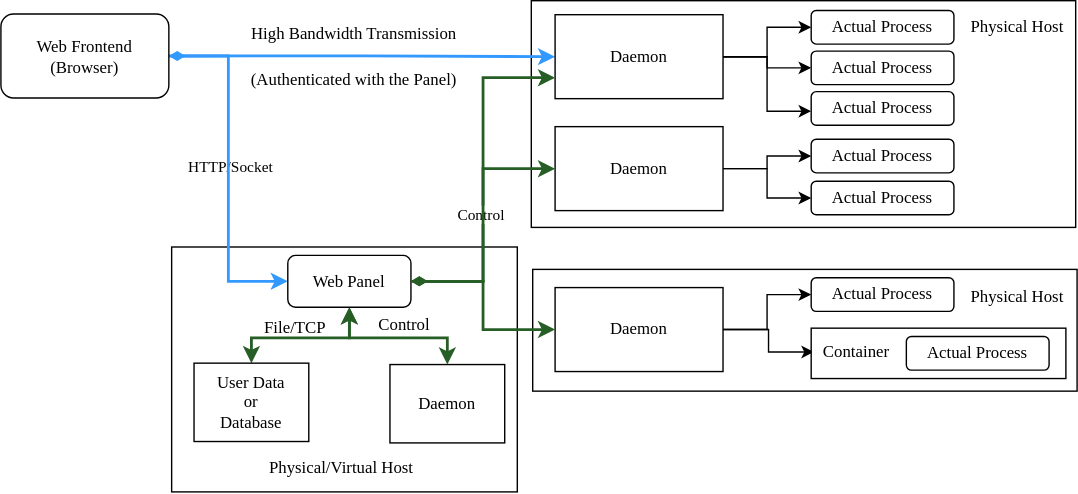
The draw.io diagram images/distributed_principle.svg in MCSManager/Documentation, before a commit. Source tidied: cells renumbered, new cells last; positions are measured from the earlier drawing's top-left corner, leaving out a move shared by most shapes.
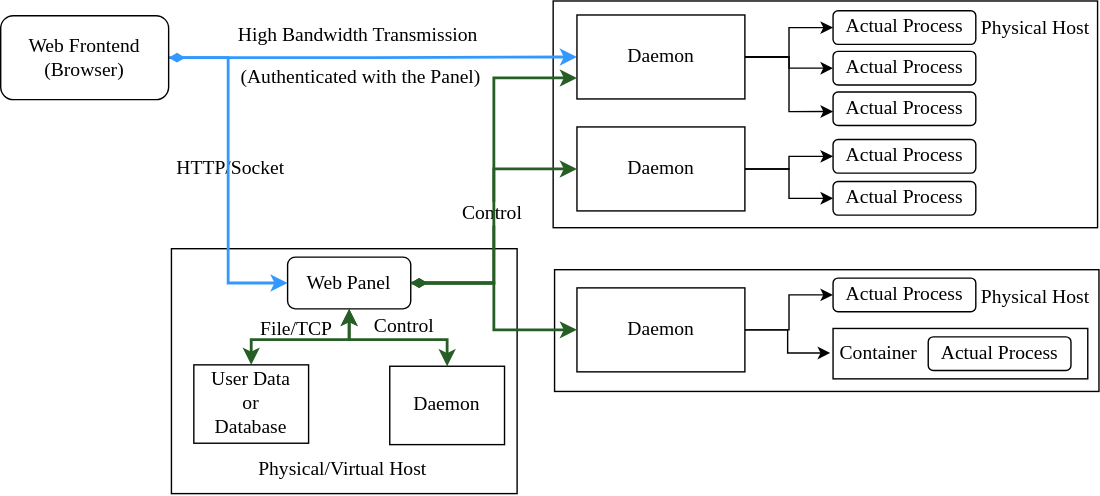
Above is the later version.

Commit message:
[Doc] en_us - updated network graph & page title, on: mcsm_network.md

The edit, as a diff of the source:
```diff
@@ -2,81 +2,81 @@
   <root>
     <mxCell id="0" />
     <mxCell id="1" parent="0" />
-    <mxCell id="2" value="HTTP/Socket" style="edgeLabel;html=1;align=center;verticalAlign=middle;fontFamily=Linux Libertine;" parent="1" vertex="1">
+    <mxCell id="2" value="HTTP/Socket" style="edgeLabel;html=1;align=center;verticalAlign=middle;fontFamily=Linux Libertine;fontSize=14;" parent="1" vertex="1">
       <mxGeometry x="164" y="119" as="geometry" />
     </mxCell>
-    <mxCell id="3" style="rounded=0;whiteSpace=wrap;html=1;fontFamily=Linux Libertine;" parent="1" vertex="1">
+    <mxCell id="3" style="rounded=0;whiteSpace=wrap;html=1;fontFamily=Linux Libertine;fontSize=14;" parent="1" vertex="1">
       <mxGeometry x="122" y="176" width="247" height="175" as="geometry" />
     </mxCell>
-    <mxCell id="4" style="rounded=0;whiteSpace=wrap;html=1;fontFamily=Linux Libertine;" parent="1" vertex="1">
-      <mxGeometry x="379" width="389" height="162" as="geometry" />
+    <mxCell id="4" style="rounded=0;whiteSpace=wrap;html=1;fontFamily=Linux Libertine;fontSize=14;" parent="1" vertex="1">
+      <mxGeometry x="394.8" y="-1" width="389" height="162" as="geometry" />
     </mxCell>
-    <mxCell id="5" style="edgeStyle=orthogonalEdgeStyle;rounded=0;jettySize=auto;html=1;exitX=1;exitY=0.5;exitDx=0;exitDy=0;entryX=0;entryY=0.5;entryDx=0;entryDy=0;strokeColor=#3399FF;strokeWidth=2;fontFamily=Linux Libertine;" parent="1" edge="1" source="7" target="11">
+    <mxCell id="5" style="edgeStyle=orthogonalEdgeStyle;rounded=0;jettySize=auto;html=1;exitX=1;exitY=0.5;exitDx=0;exitDy=0;entryX=0;entryY=0.5;entryDx=0;entryDy=0;strokeColor=#3399FF;strokeWidth=2;fontFamily=Linux Libertine;fontSize=14;" parent="1" edge="1" source="7" target="11">
       <mxGeometry relative="1" as="geometry" />
     </mxCell>
-    <mxCell id="6" style="edgeStyle=orthogonalEdgeStyle;rounded=0;jettySize=auto;html=1;exitX=1;exitY=0.5;exitDx=0;exitDy=0;entryX=0;entryY=0.5;entryDx=0;entryDy=0;startArrow=diamondThin;startFill=1;strokeColor=#3399FF;strokeWidth=2;fontFamily=Linux Libertine;" parent="1" edge="1" source="7" target="28">
+    <mxCell id="6" style="edgeStyle=orthogonalEdgeStyle;rounded=0;jettySize=auto;html=1;exitX=1;exitY=0.5;exitDx=0;exitDy=0;entryX=0;entryY=0.5;entryDx=0;entryDy=0;startArrow=diamondThin;startFill=1;strokeColor=#3399FF;strokeWidth=2;fontFamily=Linux Libertine;fontSize=14;" parent="1" edge="1" source="7" target="28">
       <mxGeometry relative="1" as="geometry" />
     </mxCell>
-    <mxCell id="7" value="&lt;font&gt;Web Frontend&lt;br&gt;(Browser)&lt;/font&gt;" style="rounded=1;whiteSpace=wrap;html=1;fontFamily=Linux Libertine;" parent="1" vertex="1">
+    <mxCell id="7" value="&lt;font style=&quot;font-size: 14px;&quot;&gt;Web Frontend&lt;br style=&quot;font-size: 14px;&quot;&gt;(Browser)&lt;/font&gt;" style="rounded=1;whiteSpace=wrap;html=1;fontFamily=Linux Libertine;fontSize=14;" parent="1" vertex="1">
       <mxGeometry y="9.5" width="120" height="60" as="geometry" />
     </mxCell>
-    <mxCell id="8" style="edgeStyle=orthogonalEdgeStyle;rounded=0;jettySize=auto;html=1;exitX=1;exitY=0.5;exitDx=0;exitDy=0;entryX=0;entryY=0.5;entryDx=0;entryDy=0;fontFamily=Linux Libertine;" parent="1" edge="1" source="11" target="17">
+    <mxCell id="8" style="edgeStyle=orthogonalEdgeStyle;rounded=0;jettySize=auto;html=1;exitX=1;exitY=0.5;exitDx=0;exitDy=0;entryX=0;entryY=0.5;entryDx=0;entryDy=0;fontFamily=Linux Libertine;fontSize=14;" parent="1" edge="1" source="11" target="17">
       <mxGeometry relative="1" as="geometry" />
     </mxCell>
-    <mxCell id="9" style="edgeStyle=orthogonalEdgeStyle;rounded=0;jettySize=auto;html=1;exitX=1;exitY=0.5;exitDx=0;exitDy=0;entryX=0;entryY=0.583;entryDx=0;entryDy=0;entryPerimeter=0;fontFamily=Linux Libertine;" parent="1" edge="1" source="11" target="18">
+    <mxCell id="9" style="edgeStyle=orthogonalEdgeStyle;rounded=0;jettySize=auto;html=1;exitX=1;exitY=0.5;exitDx=0;exitDy=0;entryX=0;entryY=0.583;entryDx=0;entryDy=0;entryPerimeter=0;fontFamily=Linux Libertine;fontSize=14;" parent="1" edge="1" source="11" target="18">
       <mxGeometry relative="1" as="geometry" />
     </mxCell>
-    <mxCell id="10" style="edgeStyle=orthogonalEdgeStyle;rounded=0;jettySize=auto;html=1;exitX=1;exitY=0.5;exitDx=0;exitDy=0;entryX=0;entryY=0.5;entryDx=0;entryDy=0;fontFamily=Linux Libertine;" parent="1" edge="1" source="11" target="19">
+    <mxCell id="10" style="edgeStyle=orthogonalEdgeStyle;rounded=0;jettySize=auto;html=1;exitX=1;exitY=0.5;exitDx=0;exitDy=0;entryX=0;entryY=0.5;entryDx=0;entryDy=0;fontFamily=Linux Libertine;fontSize=14;" parent="1" edge="1" source="11" target="19">
       <mxGeometry relative="1" as="geometry" />
     </mxCell>
-    <mxCell id="11" value="Daemon" style="rounded=0;whiteSpace=wrap;html=1;fontFamily=Linux Libertine;" parent="1" vertex="1">
-      <mxGeometry x="396" y="10" width="120" height="60" as="geometry" />
+    <mxCell id="11" value="Daemon" style="rounded=0;whiteSpace=wrap;html=1;fontFamily=Linux Libertine;fontSize=14;" parent="1" vertex="1">
+      <mxGeometry x="411.8" y="9" width="120" height="60" as="geometry" />
     </mxCell>
-    <mxCell id="12" style="edgeStyle=orthogonalEdgeStyle;rounded=0;jettySize=auto;html=1;exitX=1;exitY=0.5;exitDx=0;exitDy=0;entryX=0;entryY=0.5;entryDx=0;entryDy=0;fontFamily=Linux Libertine;" parent="1" edge="1" source="14" target="20">
+    <mxCell id="12" style="edgeStyle=orthogonalEdgeStyle;rounded=0;jettySize=auto;html=1;exitX=1;exitY=0.5;exitDx=0;exitDy=0;entryX=0;entryY=0.5;entryDx=0;entryDy=0;fontFamily=Linux Libertine;fontSize=14;" parent="1" edge="1" source="14" target="20">
       <mxGeometry relative="1" as="geometry" />
     </mxCell>
-    <mxCell id="13" style="edgeStyle=orthogonalEdgeStyle;rounded=0;jettySize=auto;html=1;exitX=1;exitY=0.5;exitDx=0;exitDy=0;entryX=0;entryY=0.5;entryDx=0;entryDy=0;fontFamily=Linux Libertine;" parent="1" edge="1" source="14" target="21">
+    <mxCell id="13" style="edgeStyle=orthogonalEdgeStyle;rounded=0;jettySize=auto;html=1;exitX=1;exitY=0.5;exitDx=0;exitDy=0;entryX=0;entryY=0.5;entryDx=0;entryDy=0;fontFamily=Linux Libertine;fontSize=14;" parent="1" edge="1" source="14" target="21">
       <mxGeometry relative="1" as="geometry" />
     </mxCell>
-    <mxCell id="14" value="Daemon" style="rounded=0;whiteSpace=wrap;html=1;fontFamily=Linux Libertine;" parent="1" vertex="1">
-      <mxGeometry x="396" y="90" width="120" height="60" as="geometry" />
+    <mxCell id="14" value="Daemon" style="rounded=0;whiteSpace=wrap;html=1;fontFamily=Linux Libertine;fontSize=14;" parent="1" vertex="1">
+      <mxGeometry x="411.8" y="89" width="120" height="60" as="geometry" />
     </mxCell>
-    <mxCell id="15" value="High Bandwidth Transmission" style="text;html=1;align=center;verticalAlign=middle;fillColor=none;strokeColor=none;rounded=0;fontFamily=Linux Libertine;" parent="1" vertex="1">
-      <mxGeometry x="171" y="14" width="161" height="19" as="geometry" />
+    <mxCell id="15" value="High Bandwidth Transmission" style="text;html=1;align=center;verticalAlign=middle;fillColor=none;strokeColor=none;rounded=0;fontFamily=Linux Libertine;fontSize=14;" parent="1" vertex="1">
+      <mxGeometry x="162" y="13" width="186" height="22" as="geometry" />
     </mxCell>
-    <mxCell id="16" value="(Authenticated with the Panel)" style="text;html=1;align=center;verticalAlign=middle;fillColor=none;strokeColor=none;rounded=0;fontFamily=Linux Libertine;" parent="1" vertex="1">
-      <mxGeometry x="171" y="47" width="161" height="19" as="geometry" />
+    <mxCell id="16" value="(Authenticated with the Panel)" style="text;html=1;align=center;verticalAlign=middle;fillColor=none;strokeColor=none;rounded=0;fontFamily=Linux Libertine;fontSize=14;" parent="1" vertex="1">
+      <mxGeometry x="164" y="43" width="186" height="22" as="geometry" />
     </mxCell>
-    <mxCell id="17" value="Actual Process" style="rounded=1;whiteSpace=wrap;html=1;fontFamily=Linux Libertine;" parent="1" vertex="1">
-      <mxGeometry x="579" y="36" width="102" height="24" as="geometry" />
+    <mxCell id="17" value="Actual Process" style="rounded=1;whiteSpace=wrap;html=1;fontFamily=Linux Libertine;fontSize=14;" parent="1" vertex="1">
+      <mxGeometry x="594.8" y="35" width="102" height="24" as="geometry" />
     </mxCell>
-    <mxCell id="18" value="Actual Process" style="rounded=1;whiteSpace=wrap;html=1;fontFamily=Linux Libertine;" parent="1" vertex="1">
-      <mxGeometry x="579" y="65" width="102" height="24" as="geometry" />
+    <mxCell id="18" value="Actual Process" style="rounded=1;whiteSpace=wrap;html=1;fontFamily=Linux Libertine;fontSize=14;" parent="1" vertex="1">
+      <mxGeometry x="594.8" y="64" width="102" height="24" as="geometry" />
     </mxCell>
-    <mxCell id="19" value="Actual Process" style="rounded=1;whiteSpace=wrap;html=1;fontFamily=Linux Libertine;" parent="1" vertex="1">
-      <mxGeometry x="579" y="7" width="102" height="24" as="geometry" />
+    <mxCell id="19" value="Actual Process" style="rounded=1;whiteSpace=wrap;html=1;fontFamily=Linux Libertine;fontSize=14;" parent="1" vertex="1">
+      <mxGeometry x="594.8" y="6" width="102" height="24" as="geometry" />
     </mxCell>
-    <mxCell id="20" value="Actual Process" style="rounded=1;whiteSpace=wrap;html=1;fontFamily=Linux Libertine;" parent="1" vertex="1">
-      <mxGeometry x="579" y="99" width="102" height="24" as="geometry" />
+    <mxCell id="20" value="Actual Process" style="rounded=1;whiteSpace=wrap;html=1;fontFamily=Linux Libertine;fontSize=14;" parent="1" vertex="1">
+      <mxGeometry x="594.8" y="98" width="102" height="24" as="geometry" />
     </mxCell>
-    <mxCell id="21" value="Actual Process" style="rounded=1;whiteSpace=wrap;html=1;fontFamily=Linux Libertine;" parent="1" vertex="1">
-      <mxGeometry x="579" y="129" width="102" height="24" as="geometry" />
+    <mxCell id="21" value="Actual Process" style="rounded=1;whiteSpace=wrap;html=1;fontFamily=Linux Libertine;fontSize=14;" parent="1" vertex="1">
+      <mxGeometry x="594.8" y="128" width="102" height="24" as="geometry" />
     </mxCell>
-    <mxCell id="22" value="Physical Host" style="text;html=1;align=center;verticalAlign=middle;fillColor=none;strokeColor=none;rounded=0;fontFamily=Linux Libertine;" parent="1" vertex="1">
-      <mxGeometry x="687" y="9.5" width="78" height="19" as="geometry" />
+    <mxCell id="22" value="Physical Host" style="text;html=1;align=center;verticalAlign=middle;fillColor=none;strokeColor=none;rounded=0;fontFamily=Linux Libertine;fontSize=14;" parent="1" vertex="1">
+      <mxGeometry x="694.8" y="8" width="89" height="22" as="geometry" />
     </mxCell>
-    <mxCell id="23" style="edgeStyle=orthogonalEdgeStyle;rounded=0;jettySize=auto;html=1;exitX=1;exitY=0.5;exitDx=0;exitDy=0;entryX=0;entryY=0.75;entryDx=0;entryDy=0;startArrow=diamondThin;startFill=1;strokeColor=#265E26;strokeWidth=2;fontFamily=Linux Libertine;" parent="1" edge="1" source="28" target="11">
+    <mxCell id="23" style="edgeStyle=orthogonalEdgeStyle;rounded=0;jettySize=auto;html=1;exitX=1;exitY=0.5;exitDx=0;exitDy=0;entryX=0;entryY=0.75;entryDx=0;entryDy=0;startArrow=diamondThin;startFill=1;strokeColor=#265E26;strokeWidth=2;fontFamily=Linux Libertine;fontSize=14;" parent="1" edge="1" source="28" target="11">
       <mxGeometry relative="1" as="geometry" />
     </mxCell>
-    <mxCell id="24" value="Control" style="edgeLabel;html=1;align=center;verticalAlign=middle;fontFamily=Linux Libertine;" parent="23" vertex="1">
+    <mxCell id="24" value="Control" style="edgeLabel;html=1;align=center;verticalAlign=middle;fontFamily=Linux Libertine;fontSize=14;" parent="23" vertex="1">
       <mxGeometry x="0.22" relative="1" as="geometry">
         <mxPoint x="-2" y="52" as="offset" />
       </mxGeometry>
     </mxCell>
-    <mxCell id="25" style="edgeStyle=orthogonalEdgeStyle;rounded=0;jettySize=auto;html=1;exitX=1;exitY=0.5;exitDx=0;exitDy=0;entryX=0;entryY=0.5;entryDx=0;entryDy=0;startArrow=diamondThin;startFill=1;strokeColor=#265E26;strokeWidth=2;fontFamily=Linux Libertine;" parent="1" edge="1" source="28" target="14">
+    <mxCell id="25" style="edgeStyle=orthogonalEdgeStyle;rounded=0;jettySize=auto;html=1;exitX=1;exitY=0.5;exitDx=0;exitDy=0;entryX=0;entryY=0.5;entryDx=0;entryDy=0;startArrow=diamondThin;startFill=1;strokeColor=#265E26;strokeWidth=2;fontFamily=Linux Libertine;fontSize=14;" parent="1" edge="1" source="28" target="14">
       <mxGeometry relative="1" as="geometry" />
     </mxCell>
-    <mxCell id="26" style="edgeStyle=orthogonalEdgeStyle;rounded=0;jettySize=auto;html=1;exitX=0.5;exitY=1;exitDx=0;exitDy=0;startArrow=classic;startFill=1;strokeColor=#265E26;strokeWidth=2;fontFamily=Linux Libertine;" parent="1" edge="1" source="28" target="29">
+    <mxCell id="26" style="edgeStyle=orthogonalEdgeStyle;rounded=0;jettySize=auto;html=1;exitX=0.5;exitY=1;exitDx=0;exitDy=0;startArrow=classic;startFill=1;strokeColor=#265E26;strokeWidth=2;fontFamily=Linux Libertine;fontSize=14;" parent="1" edge="1" source="28" target="29">
       <mxGeometry relative="1" as="geometry">
         <Array as="points">
           <mxPoint x="249" y="241" />
@@ -84,7 +84,7 @@
         </Array>
       </mxGeometry>
     </mxCell>
-    <mxCell id="27" style="edgeStyle=orthogonalEdgeStyle;rounded=0;jettySize=auto;html=1;exitX=0.5;exitY=1;exitDx=0;exitDy=0;startArrow=classic;startFill=1;strokeColor=#265E26;strokeWidth=2;fontFamily=Linux Libertine;" parent="1" edge="1" source="28" target="30">
+    <mxCell id="27" style="edgeStyle=orthogonalEdgeStyle;rounded=0;jettySize=auto;html=1;exitX=0.5;exitY=1;exitDx=0;exitDy=0;startArrow=classic;startFill=1;strokeColor=#265E26;strokeWidth=2;fontFamily=Linux Libertine;fontSize=14;" parent="1" edge="1" source="28" target="30">
       <mxGeometry relative="1" as="geometry">
         <Array as="points">
           <mxPoint x="249" y="241" />
@@ -92,55 +92,55 @@
         </Array>
       </mxGeometry>
     </mxCell>
-    <mxCell id="28" value="Web Panel" style="rounded=1;whiteSpace=wrap;html=1;fontFamily=Linux Libertine;" parent="1" vertex="1">
+    <mxCell id="28" value="Web Panel" style="rounded=1;whiteSpace=wrap;html=1;fontFamily=Linux Libertine;fontSize=14;" parent="1" vertex="1">
       <mxGeometry x="205" y="182" width="88" height="37" as="geometry" />
     </mxCell>
-    <mxCell id="29" value="User Data&lt;br&gt;or&lt;br&gt;Database" style="rounded=0;whiteSpace=wrap;html=1;fontFamily=Linux Libertine;" parent="1" vertex="1">
+    <mxCell id="29" value="User Data&lt;br style=&quot;font-size: 14px;&quot;&gt;or&lt;br style=&quot;font-size: 14px;&quot;&gt;Database" style="rounded=0;whiteSpace=wrap;html=1;fontFamily=Linux Libertine;fontSize=14;" parent="1" vertex="1">
       <mxGeometry x="138" y="259" width="82" height="56" as="geometry" />
     </mxCell>
-    <mxCell id="30" value="Daemon" style="rounded=0;whiteSpace=wrap;html=1;fontFamily=Linux Libertine;" parent="1" vertex="1">
+    <mxCell id="30" value="Daemon" style="rounded=0;whiteSpace=wrap;html=1;fontFamily=Linux Libertine;fontSize=14;" parent="1" vertex="1">
       <mxGeometry x="278" y="260" width="82" height="56" as="geometry" />
     </mxCell>
-    <mxCell id="31" value="File/TCP" style="text;html=1;align=center;verticalAlign=middle;fillColor=none;strokeColor=none;rounded=0;fontFamily=Linux Libertine;" parent="1" vertex="1">
-      <mxGeometry x="183" y="224" width="54" height="19" as="geometry" />
+    <mxCell id="31" value="File/TCP" style="text;html=1;align=center;verticalAlign=middle;fillColor=none;strokeColor=none;rounded=0;fontFamily=Linux Libertine;fontSize=14;" parent="1" vertex="1">
+      <mxGeometry x="180" y="223" width="61" height="22" as="geometry" />
     </mxCell>
-    <mxCell id="32" value="Control" style="text;html=1;align=center;verticalAlign=middle;fillColor=none;strokeColor=none;rounded=0;fontFamily=Linux Libertine;" parent="1" vertex="1">
-      <mxGeometry x="263" y="222" width="49" height="19" as="geometry" />
+    <mxCell id="32" value="Control" style="text;html=1;align=center;verticalAlign=middle;fillColor=none;strokeColor=none;rounded=0;fontFamily=Linux Libertine;fontSize=14;" parent="1" vertex="1">
+      <mxGeometry x="261" y="221" width="55" height="22" as="geometry" />
     </mxCell>
-    <mxCell id="33" value="Physical/Virtual Host" style="text;html=1;align=center;verticalAlign=middle;fillColor=none;strokeColor=none;rounded=0;fontFamily=Linux Libertine;" parent="1" vertex="1">
-      <mxGeometry x="185" y="324" width="116" height="19" as="geometry" />
+    <mxCell id="33" value="Physical/Virtual Host" style="text;html=1;align=center;verticalAlign=middle;fillColor=none;strokeColor=none;rounded=0;fontFamily=Linux Libertine;fontSize=14;" parent="1" vertex="1">
+      <mxGeometry x="177" y="323" width="134" height="22" as="geometry" />
     </mxCell>
-    <mxCell id="34" style="rounded=0;whiteSpace=wrap;html=1;fontFamily=Linux Libertine;" parent="1" vertex="1">
-      <mxGeometry x="380" y="192" width="389" height="87" as="geometry" />
+    <mxCell id="34" style="rounded=0;whiteSpace=wrap;html=1;fontFamily=Linux Libertine;fontSize=14;" parent="1" vertex="1">
+      <mxGeometry x="395.8" y="191" width="389" height="87" as="geometry" />
     </mxCell>
-    <mxCell id="35" value="Physical Host" style="text;html=1;align=center;verticalAlign=middle;fillColor=none;strokeColor=none;rounded=0;fontFamily=Linux Libertine;" parent="1" vertex="1">
-      <mxGeometry x="687" y="202" width="78" height="19" as="geometry" />
+    <mxCell id="35" value="Physical Host" style="text;html=1;align=center;verticalAlign=middle;fillColor=none;strokeColor=none;rounded=0;fontFamily=Linux Libertine;fontSize=14;" parent="1" vertex="1">
+      <mxGeometry x="694.8" y="200" width="89" height="22" as="geometry" />
     </mxCell>
-    <mxCell id="36" style="edgeStyle=orthogonalEdgeStyle;rounded=0;jettySize=auto;html=1;exitX=1;exitY=0.5;exitDx=0;exitDy=0;entryX=0;entryY=0.5;entryDx=0;entryDy=0;startArrow=none;startFill=0;strokeColor=#000000;strokeWidth=1;fontFamily=Linux Libertine;" parent="1" edge="1" source="38" target="39">
+    <mxCell id="36" style="edgeStyle=orthogonalEdgeStyle;rounded=0;jettySize=auto;html=1;exitX=1;exitY=0.5;exitDx=0;exitDy=0;entryX=0;entryY=0.5;entryDx=0;entryDy=0;startArrow=none;startFill=0;strokeColor=#000000;strokeWidth=1;fontFamily=Linux Libertine;fontSize=14;" parent="1" edge="1" source="38" target="39">
       <mxGeometry relative="1" as="geometry" />
     </mxCell>
-    <mxCell id="37" style="edgeStyle=orthogonalEdgeStyle;rounded=0;jettySize=auto;html=1;exitX=1;exitY=0.5;exitDx=0;exitDy=0;startArrow=none;startFill=0;strokeColor=#000000;strokeWidth=1;fontFamily=Linux Libertine;" parent="1" edge="1" source="38" target="43">
+    <mxCell id="37" style="edgeStyle=orthogonalEdgeStyle;rounded=0;jettySize=auto;html=1;exitX=1;exitY=0.5;exitDx=0;exitDy=0;startArrow=none;startFill=0;strokeColor=#000000;strokeWidth=1;fontFamily=Linux Libertine;fontSize=14;" parent="1" edge="1" source="38" target="43">
       <mxGeometry relative="1" as="geometry" />
     </mxCell>
-    <mxCell id="38" value="Daemon" style="rounded=0;whiteSpace=wrap;html=1;fontFamily=Linux Libertine;" parent="1" vertex="1">
-      <mxGeometry x="396" y="205" width="120" height="60" as="geometry" />
+    <mxCell id="38" value="Daemon" style="rounded=0;whiteSpace=wrap;html=1;fontFamily=Linux Libertine;fontSize=14;" parent="1" vertex="1">
+      <mxGeometry x="411.8" y="204" width="120" height="60" as="geometry" />
     </mxCell>
-    <mxCell id="39" value="Actual Process" style="rounded=1;whiteSpace=wrap;html=1;fontFamily=Linux Libertine;" parent="1" vertex="1">
-      <mxGeometry x="579" y="198" width="102" height="24" as="geometry" />
+    <mxCell id="39" value="Actual Process" style="rounded=1;whiteSpace=wrap;html=1;fontFamily=Linux Libertine;fontSize=14;" parent="1" vertex="1">
+      <mxGeometry x="594.8" y="197" width="102" height="24" as="geometry" />
     </mxCell>
-    <mxCell id="40" style="group;fontFamily=Linux Libertine;" parent="1" vertex="1">
-      <mxGeometry x="579" y="234" width="182" height="36" as="geometry" />
+    <mxCell id="40" style="group;fontFamily=Linux Libertine;fontSize=14;" parent="1" vertex="1">
+      <mxGeometry x="594.8" y="233" width="182" height="36" as="geometry" />
     </mxCell>
-    <mxCell id="41" style="rounded=0;whiteSpace=wrap;html=1;fontFamily=Linux Libertine;" parent="40" vertex="1">
+    <mxCell id="41" style="rounded=0;whiteSpace=wrap;html=1;fontFamily=Linux Libertine;fontSize=14;" parent="40" vertex="1">
       <mxGeometry width="182" height="36" as="geometry" />
     </mxCell>
-    <mxCell id="42" value="Actual Process" style="rounded=1;whiteSpace=wrap;html=1;fontFamily=Linux Libertine;" parent="40" vertex="1">
+    <mxCell id="42" value="Actual Process" style="rounded=1;whiteSpace=wrap;html=1;fontFamily=Linux Libertine;fontSize=14;" parent="40" vertex="1">
       <mxGeometry x="68" y="6" width="102" height="24" as="geometry" />
     </mxCell>
-    <mxCell id="43" value="Container" style="text;html=1;align=center;verticalAlign=middle;points=[];fillColor=none;strokeColor=none;rounded=0;fontFamily=Linux Libertine;" parent="40" vertex="1">
-      <mxGeometry x="2" y="7.5" width="60" height="19" as="geometry" />
+    <mxCell id="43" value="Container" style="text;html=1;align=center;verticalAlign=middle;points=[];fillColor=none;strokeColor=none;rounded=0;fontFamily=Linux Libertine;fontSize=14;" parent="40" vertex="1">
+      <mxGeometry x="-2" y="6.5" width="68" height="22" as="geometry" />
     </mxCell>
-    <mxCell id="44" style="edgeStyle=orthogonalEdgeStyle;rounded=0;jettySize=auto;html=1;exitX=1;exitY=0.5;exitDx=0;exitDy=0;entryX=0;entryY=0.5;entryDx=0;entryDy=0;startArrow=none;startFill=0;strokeColor=#265E26;strokeWidth=2;fontFamily=Linux Libertine;" parent="1" edge="1" source="28" target="38">
+    <mxCell id="44" style="edgeStyle=orthogonalEdgeStyle;rounded=0;jettySize=auto;html=1;exitX=1;exitY=0.5;exitDx=0;exitDy=0;entryX=0;entryY=0.5;entryDx=0;entryDy=0;startArrow=none;startFill=0;strokeColor=#265E26;strokeWidth=2;fontFamily=Linux Libertine;fontSize=14;" parent="1" edge="1" source="28" target="38">
       <mxGeometry relative="1" as="geometry" />
     </mxCell>
   </root>
```
